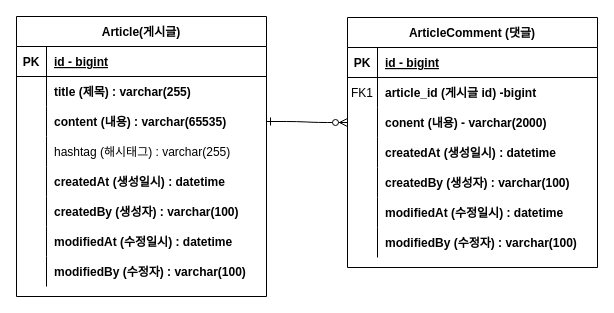
Before: document/project-board-erd.drawio in huijin-kim/fastcampus-project-board, a draw.io diagram. Source tidied: cells renumbered, new cells numbered last; positions are measured from the earlier drawing's top-left corner, leaving out a move shared by most shapes. Both pictures are drawn from the tidied source at 100%, with x=0, y=0 at pixel (16, 16).
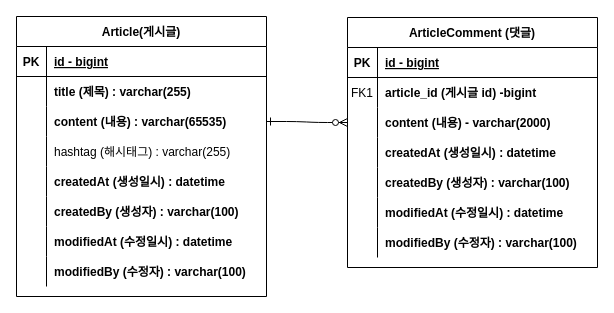
After the change.

Unchanged cells that the change refers to:
```xml
<mxCell id="10" style="shape=partialRectangle;fillColor=none;points=[[0,0.5],[1,0.5]];portConstraint=eastwest;top=0;left=0;right=0;bottom=0;" parent="3" vertex="1">
  <mxGeometry y="90" width="250" height="30" as="geometry" />
</mxCell>
```

What changed in the source:
```diff
@@
-    <mxCell id="12" value="conent (내용) - varchar(2000)" style="shape=partialRectangle;overflow=hidden;fillColor=none;top=0;left=0;bottom=0;right=0;align=left;spacingLeft=6;fontStyle=1;" parent="10" vertex="1">
+    <mxCell id="12" value="content (내용) - varchar(2000)" style="shape=partialRectangle;overflow=hidden;fillColor=none;top=0;left=0;bottom=0;right=0;align=left;spacingLeft=6;fontStyle=1;" parent="10" vertex="1">
       <mxGeometry x="30" width="220" height="30" as="geometry" />
     </mxCell>
```
